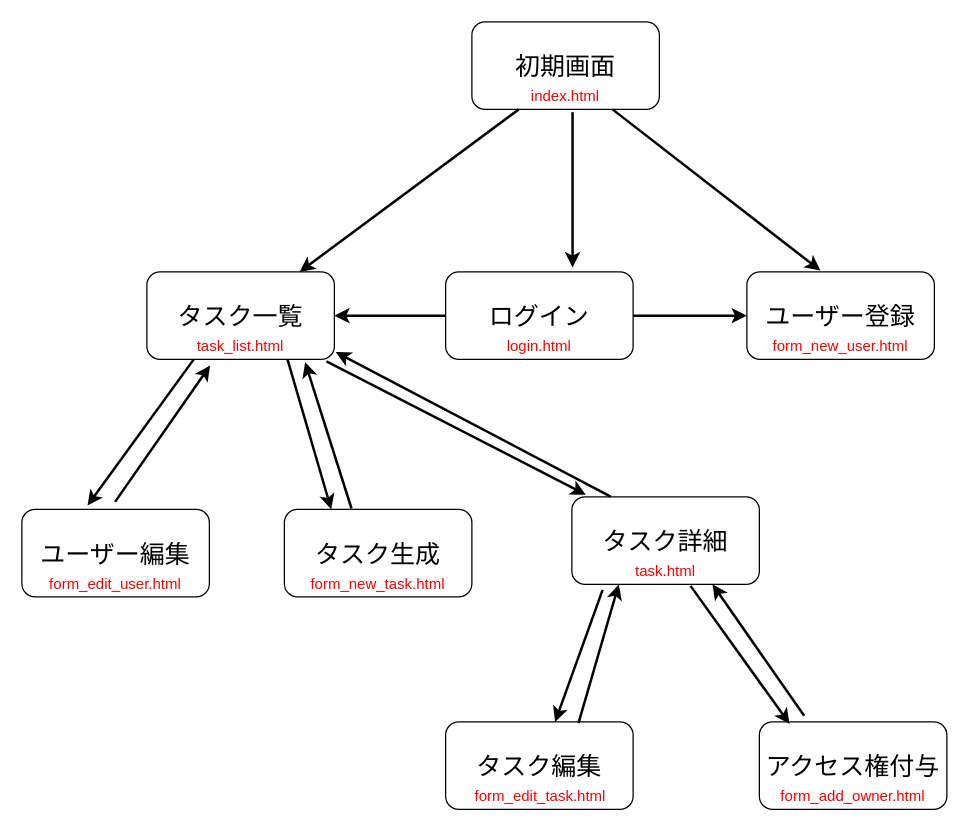
Above: todolist/名称未設定ファイル.drawio in sabanishi/system_design (draw.io), before the change. Source tidied: cells renumbered, new cells numbered last; positions are measured from the earlier drawing's top-left corner, leaving out a move shared by most shapes. Both pictures are drawn from the tidied source at 125%, with x=0, y=0 at pixel (21, 21).
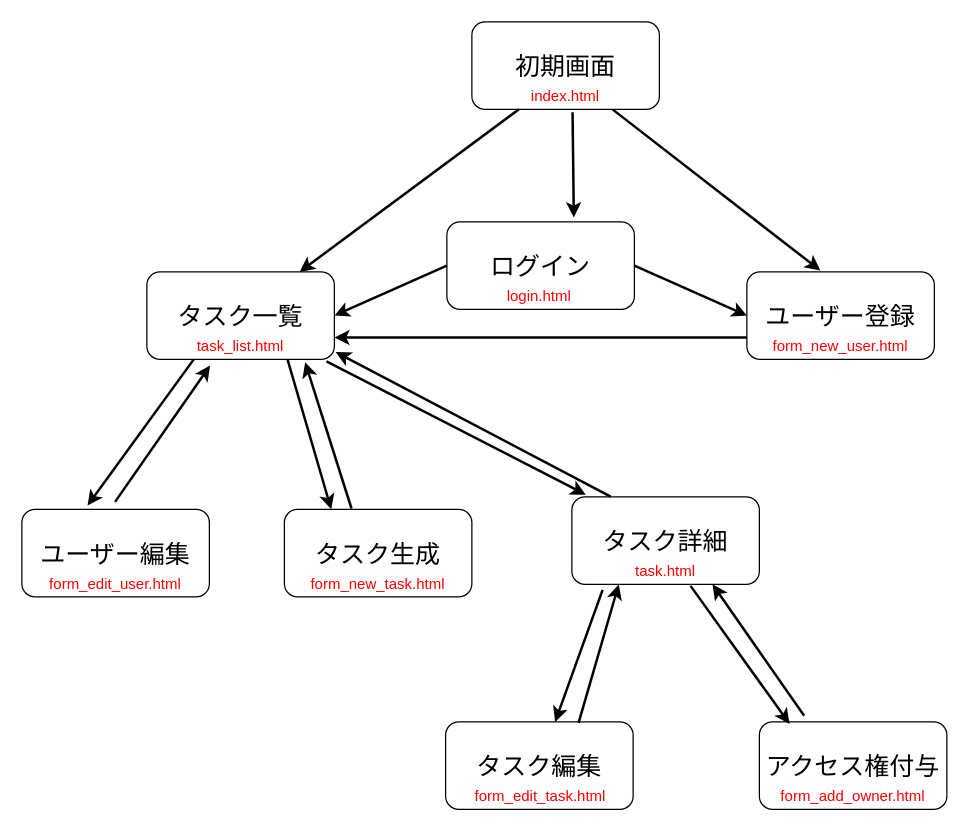
After the change.

Commit message:
名称未設定ファイル.drawio を更新します

Unchanged cells that the change refers to:
```xml
<mxCell id="4" value="&lt;font style=&quot;font-size: 20px;&quot;&gt;ユーザー登録&lt;/font&gt;" style="rounded=1;whiteSpace=wrap;html=1;" parent="1" vertex="1">
  <mxGeometry x="580" y="200" width="150" height="70" as="geometry" />
</mxCell>
<mxCell id="5" value="&lt;font style=&quot;font-size: 20px;&quot;&gt;タスク一覧&lt;/font&gt;" style="rounded=1;whiteSpace=wrap;html=1;" parent="1" vertex="1">
  <mxGeometry x="100" y="200" width="150" height="70" as="geometry" />
</mxCell>
```

Diff of the diagram source:
```diff
@@
     <mxCell id="3" value="&lt;font style=&quot;font-size: 20px;&quot;&gt;ログイン&lt;/font&gt;" style="rounded=1;whiteSpace=wrap;html=1;" parent="1" vertex="1">
-      <mxGeometry x="339" y="200" width="150" height="70" as="geometry" />
+      <mxGeometry x="340" y="160" width="150" height="70" as="geometry" />
     </mxCell>
@@
     <mxCell id="27" value="login.html" style="text;html=1;align=center;verticalAlign=middle;whiteSpace=wrap;rounded=0;fontColor=#FF0000;" parent="1" vertex="1">
-      <mxGeometry x="349" y="250" width="130" height="20" as="geometry" />
+      <mxGeometry x="349" y="210" width="130" height="20" as="geometry" />
     </mxCell>
@@
+    <mxCell id="35" style="endArrow=classic;html=1;rounded=0;exitX=0;exitY=0.75;exitDx=0;exitDy=0;strokeWidth=2;entryX=1;entryY=0.75;entryDx=0;entryDy=0;" parent="1" edge="1" source="4" target="5">
+      <mxGeometry relative="1" as="geometry" />
+    </mxCell>
```
